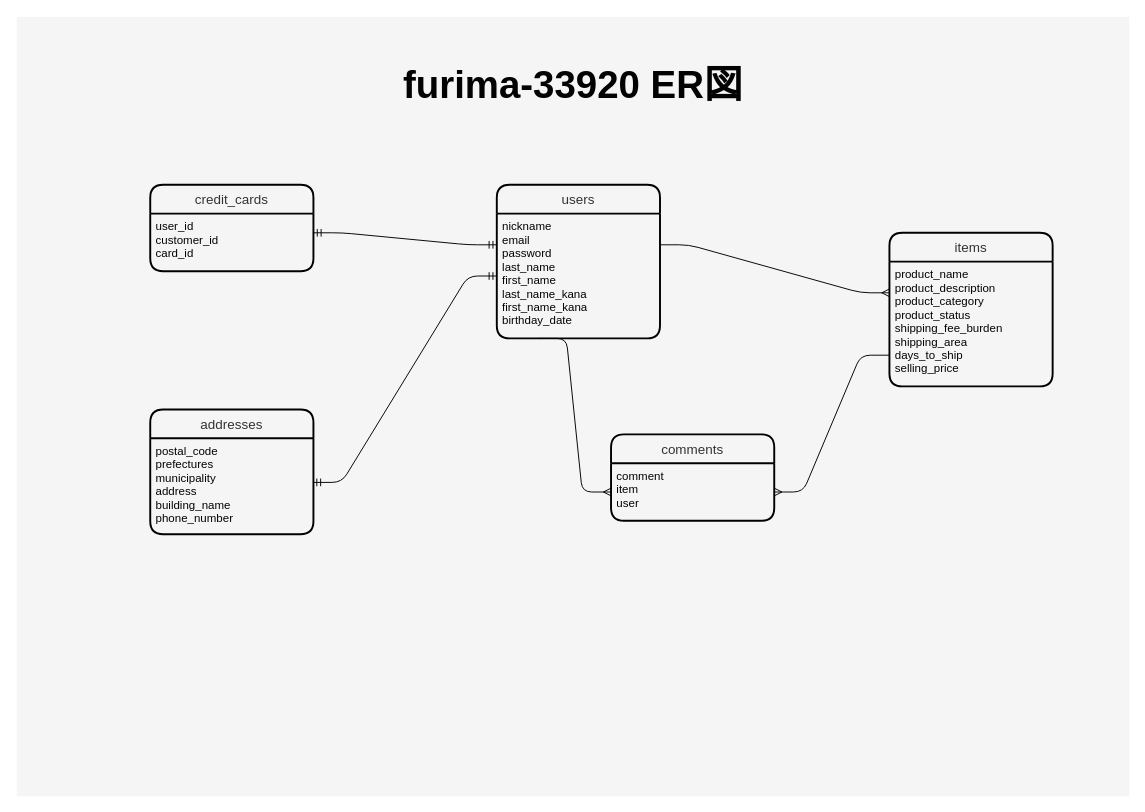
HasuikeTadakatsu/furima-33920 keeps this draw.io diagram as furima-33920.dio. Above is the earlier version. Source tidied: cells renumbered, new cells numbered last; positions are measured from the earlier drawing's top-left corner, leaving out a move shared by most shapes. Both pictures are drawn from the tidied source at 96%, with x=0, y=0 at pixel (16, 16).
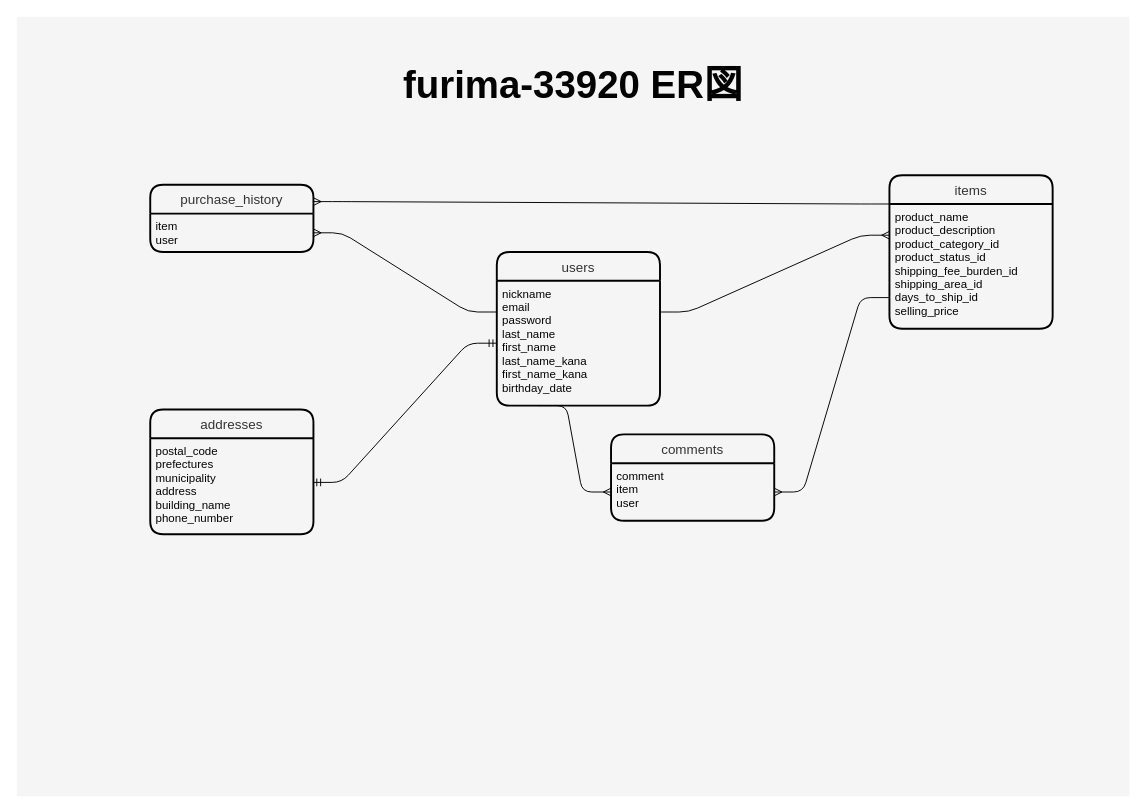
Above is the later version.

Commit message (it also covers changes not shown here):
データベース設計(2回目)

The change refers to these unchanged cells:
```xml
<mxCell id="13" value="nickname&#10;email&#10;password&#10;last_name&#10;first_name&#10;last_name_kana&#10;first_name_kana&#10;birthday_date" style="align=left;strokeColor=none;fillColor=none;spacingLeft=4;fontSize=12;verticalAlign=top;fontColor=#030303;" parent="12" vertex="1">
  <mxGeometry y="30" width="170" height="130" as="geometry" />
</mxCell>
```

What changed in the source:
```diff
@@
     <mxCell id="3" value="items" style="swimlane;horizontal=1;startSize=30;rounded=1;fontSize=14;fontStyle=0;strokeWidth=2;shadow=0;dashed=0;align=center;labelBackgroundColor=none;fillColor=#f5f5f5;fontColor=#333333;strokeColor=#000000;" parent="1" vertex="1">
-      <mxGeometry x="909" y="225" width="170" height="160" as="geometry" />
+      <mxGeometry x="909" y="165" width="170" height="160" as="geometry" />
     </mxCell>
-    <mxCell id="4" value="product_name&#10;product_description&#10;product_category&#10;product_status&#10;shipping_fee_burden&#10;shipping_area&#10;days_to_ship&#10;selling_price" style="align=left;strokeColor=none;fillColor=none;spacingLeft=4;fontSize=12;verticalAlign=top;fontColor=#030303;" parent="3" vertex="1">
+    <mxCell id="4" value="product_name&#10;product_description&#10;product_category_id&#10;product_status_id&#10;shipping_fee_burden_id&#10;shipping_area_id&#10;days_to_ship_id&#10;selling_price" style="align=left;strokeColor=none;fillColor=none;spacingLeft=4;fontSize=12;verticalAlign=top;fontColor=#030303;" parent="3" vertex="1">
       <mxGeometry y="30" width="170" height="130" as="geometry" />
     </mxCell>
@@
-    <mxCell id="8" value="credit_cards" style="swimlane;horizontal=1;startSize=30;rounded=1;fontSize=14;fontStyle=0;strokeWidth=2;shadow=0;dashed=0;align=center;labelBackgroundColor=none;fillColor=#f5f5f5;fontColor=#333333;strokeColor=#000000;" parent="1" vertex="1">
-      <mxGeometry x="139" y="175" width="170" height="90" as="geometry" />
+    <mxCell id="8" value="purchase_history" style="swimlane;horizontal=1;startSize=30;rounded=1;fontSize=14;fontStyle=0;strokeWidth=2;shadow=0;dashed=0;align=center;labelBackgroundColor=none;fillColor=#f5f5f5;fontColor=#333333;strokeColor=#000000;" parent="1" vertex="1">
+      <mxGeometry x="139" y="175" width="170" height="70" as="geometry" />
     </mxCell>
-    <mxCell id="9" value="user_id&#10;customer_id&#10;card_id" style="align=left;strokeColor=none;fillColor=none;spacingLeft=4;fontSize=12;verticalAlign=top;fontColor=#030303;" parent="8" vertex="1">
-      <mxGeometry y="30" width="170" height="60" as="geometry" />
+    <mxCell id="9" value="item&#10;user" style="align=left;strokeColor=none;fillColor=none;spacingLeft=4;fontSize=12;verticalAlign=top;fontColor=#030303;" parent="8" vertex="1">
+      <mxGeometry y="30" width="170" height="40" as="geometry" />
     </mxCell>
@@
     <mxCell id="12" value="users" style="swimlane;horizontal=1;startSize=30;rounded=1;fontSize=14;fontStyle=0;strokeWidth=2;shadow=0;dashed=0;align=center;labelBackgroundColor=none;fillColor=#f5f5f5;fontColor=#333333;strokeColor=#000000;" parent="1" vertex="1">
-      <mxGeometry x="500" y="175" width="170" height="160" as="geometry" />
+      <mxGeometry x="500" y="245" width="170" height="160" as="geometry" />
     </mxCell>
@@
-    <mxCell id="14" style="edgeStyle=entityRelationEdgeStyle;fontSize=12;html=1;endArrow=ERmandOne;startArrow=ERmandOne;strokeColor=#000000;entryX=0;entryY=0.25;entryDx=0;entryDy=0;" parent="1" edge="1" target="13">
-      <mxGeometry relative="1" as="geometry">
-        <mxPoint x="309" y="225" as="sourcePoint" />
-      </mxGeometry>
-    </mxCell>
@@
+    <mxCell id="19" style="edgeStyle=entityRelationEdgeStyle;fontSize=12;html=1;endArrow=ERmany;strokeColor=#000000;exitX=0;exitY=0.25;exitDx=0;exitDy=0;entryX=1;entryY=0.5;entryDx=0;entryDy=0;" parent="1" edge="1" source="13" target="9">
+      <mxGeometry relative="1" as="geometry" />
+    </mxCell>
+    <mxCell id="20" style="edgeStyle=entityRelationEdgeStyle;fontSize=12;html=1;endArrow=ERmany;strokeColor=#000000;entryX=1;entryY=0.25;entryDx=0;entryDy=0;exitX=0;exitY=0;exitDx=0;exitDy=0;" parent="1" edge="1" source="4" target="8">
+      <mxGeometry relative="1" as="geometry" />
+    </mxCell>
```
